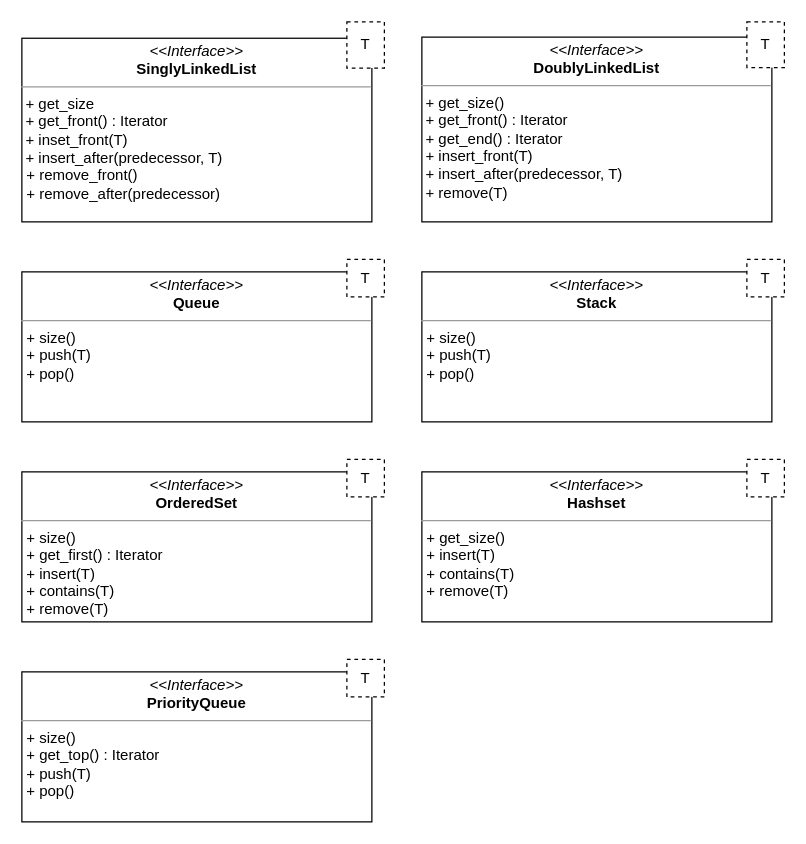
This is docs/User Interface/user_interface.drawio from christiangoerdes/Data-Structures, a draw.io file, before an edit. Source tidied: cells renumbered, new cells numbered last; positions are measured from the earlier drawing's top-left corner, leaving out a move shared by most shapes. Both pictures are drawn from the tidied source at 125%, with x=0, y=0 at pixel (21, 21).
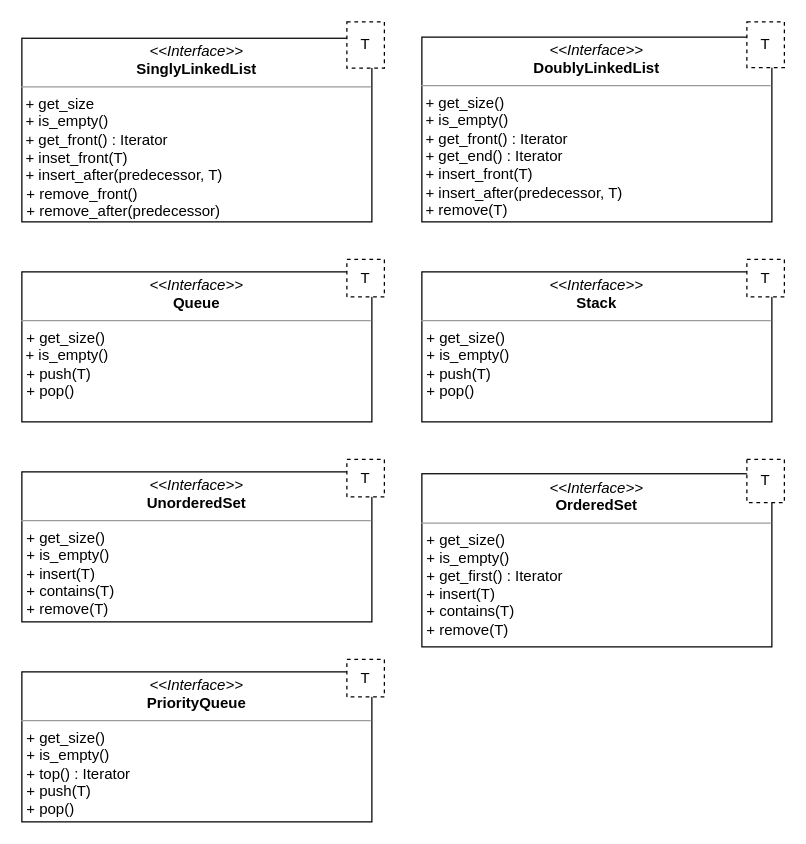
After the change.

Commit message (it also covers changes not shown here):
updated UML diagrams

Unchanged cells that the change refers to:
```xml
<mxCell id="2" style="group;" parent="1" vertex="1">
  <mxGeometry x="320" width="290" height="160" as="geometry" />
</mxCell>
<mxCell id="5" style="group;" parent="1" vertex="1">
  <mxGeometry y="190" width="290" height="130" as="geometry" />
</mxCell>
<mxCell id="8" style="group;" parent="1" vertex="1">
  <mxGeometry width="290" height="160" as="geometry" />
</mxCell>
<mxCell id="11" style="group;" parent="1" vertex="1">
  <mxGeometry y="510" width="290" height="130" as="geometry" />
</mxCell>
<mxCell id="14" style="group;" parent="1" vertex="1">
  <mxGeometry x="320" y="190" width="290" height="130" as="geometry" />
</mxCell>
```

Change to the diagram source:
```diff
@@
-    <mxCell id="3" value="&lt;p style=&quot;margin:0px;margin-top:4px;text-align:center;&quot;&gt;&lt;i&gt;&amp;lt;&amp;lt;Interface&amp;gt;&amp;gt;&lt;/i&gt;&lt;br&gt;&lt;b&gt;DoublyLinkedList&lt;/b&gt;&lt;/p&gt;&lt;hr size=&quot;1&quot;&gt;&amp;nbsp;+ get_size()&amp;nbsp;&lt;br&gt;&amp;nbsp;+ get_front() : Iterator&lt;br&gt;&amp;nbsp;+ get_end() : Iterator&lt;br&gt;&amp;nbsp;+ insert_front(T)&lt;br&gt;&lt;div&gt;&amp;nbsp;+ insert_after(predecessor, T)&lt;/div&gt;&lt;div&gt;&amp;nbsp;+ remove(T)&lt;/div&gt;" style="verticalAlign=top;align=left;overflow=fill;fontSize=12;fontFamily=Helvetica;html=1;whiteSpace=wrap;" parent="2" vertex="1">
+    <mxCell id="3" value="&lt;p style=&quot;margin:0px;margin-top:4px;text-align:center;&quot;&gt;&lt;i&gt;&amp;lt;&amp;lt;Interface&amp;gt;&amp;gt;&lt;/i&gt;&lt;br&gt;&lt;b&gt;DoublyLinkedList&lt;/b&gt;&lt;/p&gt;&lt;hr size=&quot;1&quot;&gt;&amp;nbsp;+ get_size()&amp;nbsp;&lt;br&gt;&amp;nbsp;+ is_empty()&lt;br&gt;&amp;nbsp;+ get_front() : Iterator&lt;br&gt;&amp;nbsp;+ get_end() : Iterator&lt;br&gt;&amp;nbsp;+ insert_front(T)&lt;br&gt;&lt;div&gt;&amp;nbsp;+ insert_after(predecessor, T)&lt;/div&gt;&lt;div&gt;&amp;nbsp;+ remove(T)&lt;/div&gt;" style="verticalAlign=top;align=left;overflow=fill;fontSize=12;fontFamily=Helvetica;html=1;whiteSpace=wrap;" parent="2" vertex="1">
       <mxGeometry y="12.2" width="280" height="147.8" as="geometry" />
     </mxCell>
@@
-    <mxCell id="6" value="&lt;p style=&quot;margin:0px;margin-top:4px;text-align:center;&quot;&gt;&lt;i&gt;&amp;lt;&amp;lt;Interface&amp;gt;&amp;gt;&lt;/i&gt;&lt;br&gt;&lt;b&gt;Queue&lt;/b&gt;&lt;/p&gt;&lt;hr size=&quot;1&quot;&gt;&lt;p style=&quot;border-color: var(--border-color); margin: 0px 0px 0px 4px;&quot;&gt;+ size()&amp;nbsp;&lt;/p&gt;&lt;p style=&quot;border-color: var(--border-color); margin: 0px 0px 0px 4px;&quot;&gt;+ push(T)&lt;/p&gt;&lt;p style=&quot;border-color: var(--border-color); margin: 0px 0px 0px 4px;&quot;&gt;+ pop()&lt;/p&gt;" style="verticalAlign=top;align=left;overflow=fill;fontSize=12;fontFamily=Helvetica;html=1;whiteSpace=wrap;" parent="5" vertex="1">
+    <mxCell id="6" value="&lt;p style=&quot;margin:0px;margin-top:4px;text-align:center;&quot;&gt;&lt;i&gt;&amp;lt;&amp;lt;Interface&amp;gt;&amp;gt;&lt;/i&gt;&lt;br&gt;&lt;b&gt;Queue&lt;/b&gt;&lt;/p&gt;&lt;hr size=&quot;1&quot;&gt;&lt;p style=&quot;border-color: var(--border-color); margin: 0px 0px 0px 4px;&quot;&gt;+ get_size()&lt;/p&gt;&amp;nbsp;+ is_empty()&lt;span style=&quot;background-color: initial;&quot;&gt;&amp;nbsp;&lt;/span&gt;&lt;br&gt;&lt;p style=&quot;border-color: var(--border-color); margin: 0px 0px 0px 4px;&quot;&gt;+ push(T)&lt;/p&gt;&lt;p style=&quot;border-color: var(--border-color); margin: 0px 0px 0px 4px;&quot;&gt;+ pop()&lt;/p&gt;" style="verticalAlign=top;align=left;overflow=fill;fontSize=12;fontFamily=Helvetica;html=1;whiteSpace=wrap;" parent="5" vertex="1">
       <mxGeometry y="10" width="280" height="120" as="geometry" />
     </mxCell>
@@
-    <mxCell id="9" value="&lt;p style=&quot;margin:0px;margin-top:4px;text-align:center;&quot;&gt;&lt;i&gt;&amp;lt;&amp;lt;Interface&amp;gt;&amp;gt;&lt;/i&gt;&lt;br&gt;&lt;b&gt;SinglyLinkedList&lt;/b&gt;&lt;/p&gt;&lt;hr size=&quot;1&quot;&gt;&amp;nbsp;+ get_size&amp;nbsp;&lt;br&gt;&amp;nbsp;+ get_front() : Iterator&lt;br&gt;&amp;nbsp;+ inset_front(T)&lt;br&gt;&amp;nbsp;+ insert_after(predecessor, T)&lt;b&gt;&lt;br&gt;&lt;/b&gt;&lt;p style=&quot;margin:0px;margin-left:4px;&quot;&gt;+ remove_front()&lt;/p&gt;&lt;p style=&quot;margin:0px;margin-left:4px;&quot;&gt;+ remove_after(predecessor)&lt;/p&gt;" style="verticalAlign=top;align=left;overflow=fill;fontSize=12;fontFamily=Helvetica;html=1;whiteSpace=wrap;" parent="8" vertex="1">
+    <mxCell id="9" value="&lt;p style=&quot;margin:0px;margin-top:4px;text-align:center;&quot;&gt;&lt;i&gt;&amp;lt;&amp;lt;Interface&amp;gt;&amp;gt;&lt;/i&gt;&lt;br&gt;&lt;b&gt;SinglyLinkedList&lt;/b&gt;&lt;/p&gt;&lt;hr size=&quot;1&quot;&gt;&amp;nbsp;+ get_size&lt;br&gt;&amp;nbsp;+ is_empty()&amp;nbsp;&lt;br&gt;&amp;nbsp;+ get_front() : Iterator&lt;br&gt;&amp;nbsp;+ inset_front(T)&lt;br&gt;&amp;nbsp;+ insert_after(predecessor, T)&lt;b&gt;&lt;br&gt;&lt;/b&gt;&lt;p style=&quot;margin:0px;margin-left:4px;&quot;&gt;+ remove_front()&lt;/p&gt;&lt;p style=&quot;margin:0px;margin-left:4px;&quot;&gt;+ remove_after(predecessor)&lt;/p&gt;" style="verticalAlign=top;align=left;overflow=fill;fontSize=12;fontFamily=Helvetica;html=1;whiteSpace=wrap;" parent="8" vertex="1">
       <mxGeometry y="13.1" width="280" height="146.9" as="geometry" />
     </mxCell>
@@
-    <mxCell id="12" value="&lt;p style=&quot;margin:0px;margin-top:4px;text-align:center;&quot;&gt;&lt;i&gt;&amp;lt;&amp;lt;Interface&amp;gt;&amp;gt;&lt;/i&gt;&lt;br&gt;&lt;b&gt;PriorityQueue&lt;/b&gt;&lt;/p&gt;&lt;hr size=&quot;1&quot;&gt;&lt;p style=&quot;margin:0px;margin-left:4px;&quot;&gt;+ size()&amp;nbsp;&lt;/p&gt;&lt;p style=&quot;margin:0px;margin-left:4px;&quot;&gt;&lt;span style=&quot;background-color: initial;&quot;&gt;+ get_top() : Iterator&lt;/span&gt;&lt;/p&gt;&lt;p style=&quot;margin:0px;margin-left:4px;&quot;&gt;+ push(T)&lt;/p&gt;&lt;p style=&quot;margin:0px;margin-left:4px;&quot;&gt;+ pop()&lt;/p&gt;" style="verticalAlign=top;align=left;overflow=fill;fontSize=12;fontFamily=Helvetica;html=1;whiteSpace=wrap;" parent="11" vertex="1">
+    <mxCell id="12" value="&lt;p style=&quot;margin:0px;margin-top:4px;text-align:center;&quot;&gt;&lt;i&gt;&amp;lt;&amp;lt;Interface&amp;gt;&amp;gt;&lt;/i&gt;&lt;br&gt;&lt;b&gt;PriorityQueue&lt;/b&gt;&lt;/p&gt;&lt;hr size=&quot;1&quot;&gt;&lt;p style=&quot;margin:0px;margin-left:4px;&quot;&gt;+ get_size()&amp;nbsp;&lt;/p&gt;&lt;p style=&quot;margin:0px;margin-left:4px;&quot;&gt;+ is_empty()&lt;/p&gt;&lt;p style=&quot;margin:0px;margin-left:4px;&quot;&gt;&lt;span style=&quot;background-color: initial;&quot;&gt;+ top() : Iterator&lt;/span&gt;&lt;/p&gt;&lt;p style=&quot;margin:0px;margin-left:4px;&quot;&gt;+ push(T)&lt;/p&gt;&lt;p style=&quot;margin:0px;margin-left:4px;&quot;&gt;+ pop()&lt;/p&gt;" style="verticalAlign=top;align=left;overflow=fill;fontSize=12;fontFamily=Helvetica;html=1;whiteSpace=wrap;" parent="11" vertex="1">
       <mxGeometry y="10" width="280" height="120" as="geometry" />
     </mxCell>
@@
-    <mxCell id="15" value="&lt;p style=&quot;margin:0px;margin-top:4px;text-align:center;&quot;&gt;&lt;i&gt;&amp;lt;&amp;lt;Interface&amp;gt;&amp;gt;&lt;/i&gt;&lt;br&gt;&lt;b&gt;Stack&lt;/b&gt;&lt;/p&gt;&lt;hr size=&quot;1&quot;&gt;&lt;p style=&quot;margin:0px;margin-left:4px;&quot;&gt;+ size()&amp;nbsp;&lt;/p&gt;&lt;p style=&quot;margin:0px;margin-left:4px;&quot;&gt;+ push(T)&lt;/p&gt;&lt;p style=&quot;margin:0px;margin-left:4px;&quot;&gt;+ pop()&lt;/p&gt;" style="verticalAlign=top;align=left;overflow=fill;fontSize=12;fontFamily=Helvetica;html=1;whiteSpace=wrap;" parent="14" vertex="1">
+    <mxCell id="15" value="&lt;p style=&quot;margin:0px;margin-top:4px;text-align:center;&quot;&gt;&lt;i&gt;&amp;lt;&amp;lt;Interface&amp;gt;&amp;gt;&lt;/i&gt;&lt;br&gt;&lt;b&gt;Stack&lt;/b&gt;&lt;/p&gt;&lt;hr size=&quot;1&quot;&gt;&lt;p style=&quot;margin:0px;margin-left:4px;&quot;&gt;+ get_size()&amp;nbsp;&lt;/p&gt;&lt;p style=&quot;margin:0px;margin-left:4px;&quot;&gt;+ is_empty()&lt;br&gt;&lt;/p&gt;&lt;p style=&quot;margin:0px;margin-left:4px;&quot;&gt;+ push(T)&lt;/p&gt;&lt;p style=&quot;margin:0px;margin-left:4px;&quot;&gt;+ pop()&lt;/p&gt;" style="verticalAlign=top;align=left;overflow=fill;fontSize=12;fontFamily=Helvetica;html=1;whiteSpace=wrap;" parent="14" vertex="1">
       <mxGeometry y="10" width="280" height="120" as="geometry" />
     </mxCell>
@@
     <mxCell id="17" style="group;" parent="1" vertex="1">
-      <mxGeometry x="320" y="350" width="290" height="130" as="geometry" />
+      <mxGeometry y="350" width="290" height="130" as="geometry" />
     </mxCell>
-    <mxCell id="18" value="&lt;p style=&quot;margin:0px;margin-top:4px;text-align:center;&quot;&gt;&lt;i&gt;&amp;lt;&amp;lt;Interface&amp;gt;&amp;gt;&lt;/i&gt;&lt;br&gt;&lt;b&gt;Hashset&lt;/b&gt;&lt;/p&gt;&lt;hr size=&quot;1&quot;&gt;&lt;p style=&quot;margin:0px;margin-left:4px;&quot;&gt;+ get_size()&amp;nbsp;&lt;/p&gt;&lt;p style=&quot;margin:0px;margin-left:4px;&quot;&gt;+ insert(T)&lt;/p&gt;&lt;p style=&quot;margin:0px;margin-left:4px;&quot;&gt;+ contains(T)&lt;/p&gt;&lt;p style=&quot;margin:0px;margin-left:4px;&quot;&gt;+ remove(T)&lt;/p&gt;" style="verticalAlign=top;align=left;overflow=fill;fontSize=12;fontFamily=Helvetica;html=1;whiteSpace=wrap;" parent="17" vertex="1">
+    <mxCell id="18" value="&lt;p style=&quot;margin:0px;margin-top:4px;text-align:center;&quot;&gt;&lt;i&gt;&amp;lt;&amp;lt;Interface&amp;gt;&amp;gt;&lt;/i&gt;&lt;br&gt;&lt;b&gt;UnorderedSet&lt;/b&gt;&lt;/p&gt;&lt;hr size=&quot;1&quot;&gt;&lt;p style=&quot;margin:0px;margin-left:4px;&quot;&gt;+ get_size()&amp;nbsp;&lt;/p&gt;&lt;p style=&quot;margin:0px;margin-left:4px;&quot;&gt;+ is_empty()&lt;br&gt;&lt;/p&gt;&lt;p style=&quot;margin:0px;margin-left:4px;&quot;&gt;+ insert(T)&lt;/p&gt;&lt;p style=&quot;margin:0px;margin-left:4px;&quot;&gt;+ contains(T)&lt;/p&gt;&lt;p style=&quot;margin:0px;margin-left:4px;&quot;&gt;+ remove(T)&lt;/p&gt;" style="verticalAlign=top;align=left;overflow=fill;fontSize=12;fontFamily=Helvetica;html=1;whiteSpace=wrap;" parent="17" vertex="1">
       <mxGeometry y="10" width="280" height="120" as="geometry" />
     </mxCell>
@@
     <mxCell id="20" style="group;" parent="1" vertex="1">
-      <mxGeometry y="350" width="290" height="130" as="geometry" />
+      <mxGeometry x="320" y="350" width="290" height="150" as="geometry" />
     </mxCell>
-    <mxCell id="21" value="&lt;p style=&quot;margin:0px;margin-top:4px;text-align:center;&quot;&gt;&lt;i&gt;&amp;lt;&amp;lt;Interface&amp;gt;&amp;gt;&lt;/i&gt;&lt;br&gt;&lt;b&gt;OrderedSet&lt;/b&gt;&lt;/p&gt;&lt;hr size=&quot;1&quot;&gt;&lt;p style=&quot;margin:0px;margin-left:4px;&quot;&gt;+ size()&amp;nbsp;&lt;/p&gt;&lt;p style=&quot;margin:0px;margin-left:4px;&quot;&gt;+ get_first() : Iterator&lt;/p&gt;&lt;p style=&quot;margin:0px;margin-left:4px;&quot;&gt;+ insert(T)&lt;/p&gt;&lt;p style=&quot;margin:0px;margin-left:4px;&quot;&gt;+ contains(T)&lt;/p&gt;&lt;p style=&quot;margin:0px;margin-left:4px;&quot;&gt;+ remove(T)&lt;/p&gt;" style="verticalAlign=top;align=left;overflow=fill;fontSize=12;fontFamily=Helvetica;html=1;whiteSpace=wrap;" parent="20" vertex="1">
-      <mxGeometry y="10" width="280" height="120" as="geometry" />
+    <mxCell id="21" value="&lt;p style=&quot;margin:0px;margin-top:4px;text-align:center;&quot;&gt;&lt;i&gt;&amp;lt;&amp;lt;Interface&amp;gt;&amp;gt;&lt;/i&gt;&lt;br&gt;&lt;b&gt;OrderedSet&lt;/b&gt;&lt;/p&gt;&lt;hr size=&quot;1&quot;&gt;&lt;p style=&quot;margin:0px;margin-left:4px;&quot;&gt;+ get_size()&amp;nbsp;&lt;/p&gt;&lt;p style=&quot;margin:0px;margin-left:4px;&quot;&gt;+ is_empty()&lt;br&gt;&lt;/p&gt;&lt;p style=&quot;margin:0px;margin-left:4px;&quot;&gt;+ get_first() : Iterator&lt;/p&gt;&lt;p style=&quot;margin:0px;margin-left:4px;&quot;&gt;+ insert(T)&lt;/p&gt;&lt;p style=&quot;margin:0px;margin-left:4px;&quot;&gt;+ contains(T)&lt;/p&gt;&lt;p style=&quot;margin:0px;margin-left:4px;&quot;&gt;+ remove(T)&lt;/p&gt;" style="verticalAlign=top;align=left;overflow=fill;fontSize=12;fontFamily=Helvetica;html=1;whiteSpace=wrap;" parent="20" vertex="1">
+      <mxGeometry y="11.5" width="280" height="138.5" as="geometry" />
     </mxCell>
     <mxCell id="22" value="T" style="fontStyle=0;dashed=1;html=1;whiteSpace=wrap;" parent="20" vertex="1">
-      <mxGeometry x="260" width="30" height="30" as="geometry" />
+      <mxGeometry x="260" width="30" height="34.6" as="geometry" />
     </mxCell>
```
